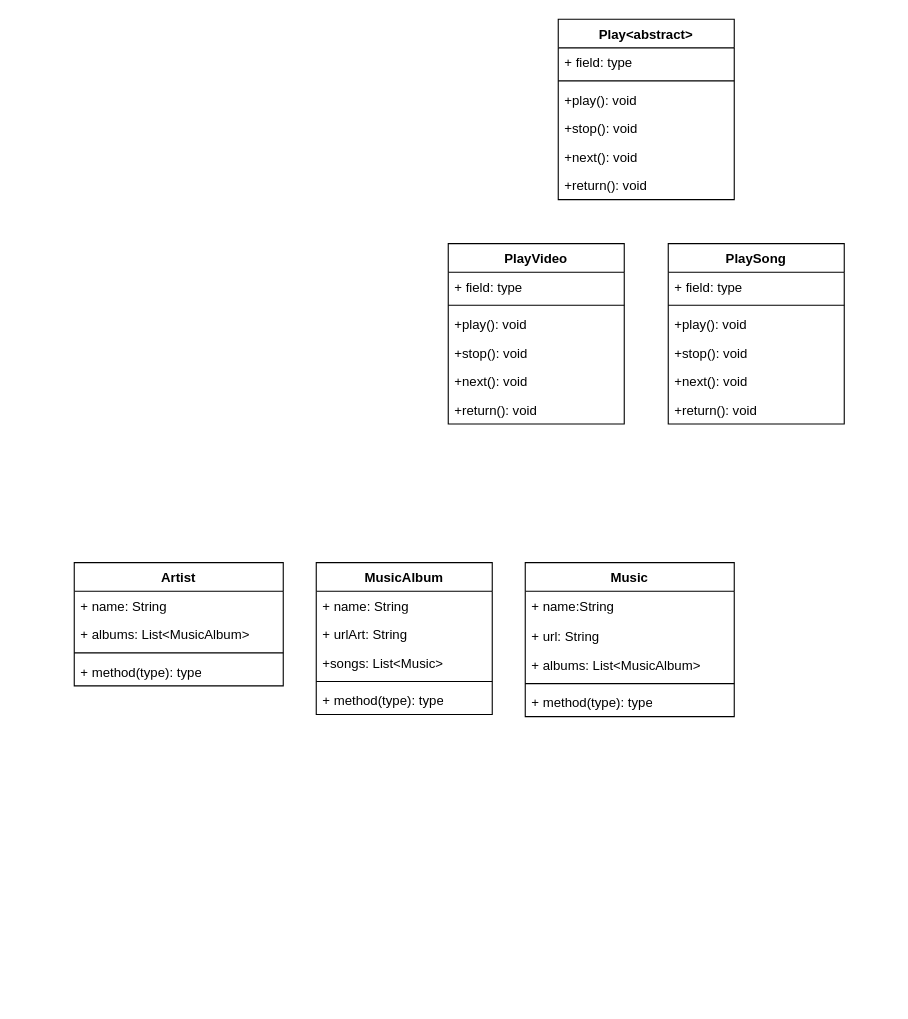
This is Diagrama sem nome.drawio from Rlam-git/dio-java-trilha-basica-diagrama-iphone, a draw.io file, before an edit. Source tidied: cells renumbered, new cells numbered last; positions are measured from the earlier drawing's top-left corner, leaving out a move shared by most shapes. Both pictures are drawn from the tidied source at 110%, with x=0, y=0 at pixel (74, 19).
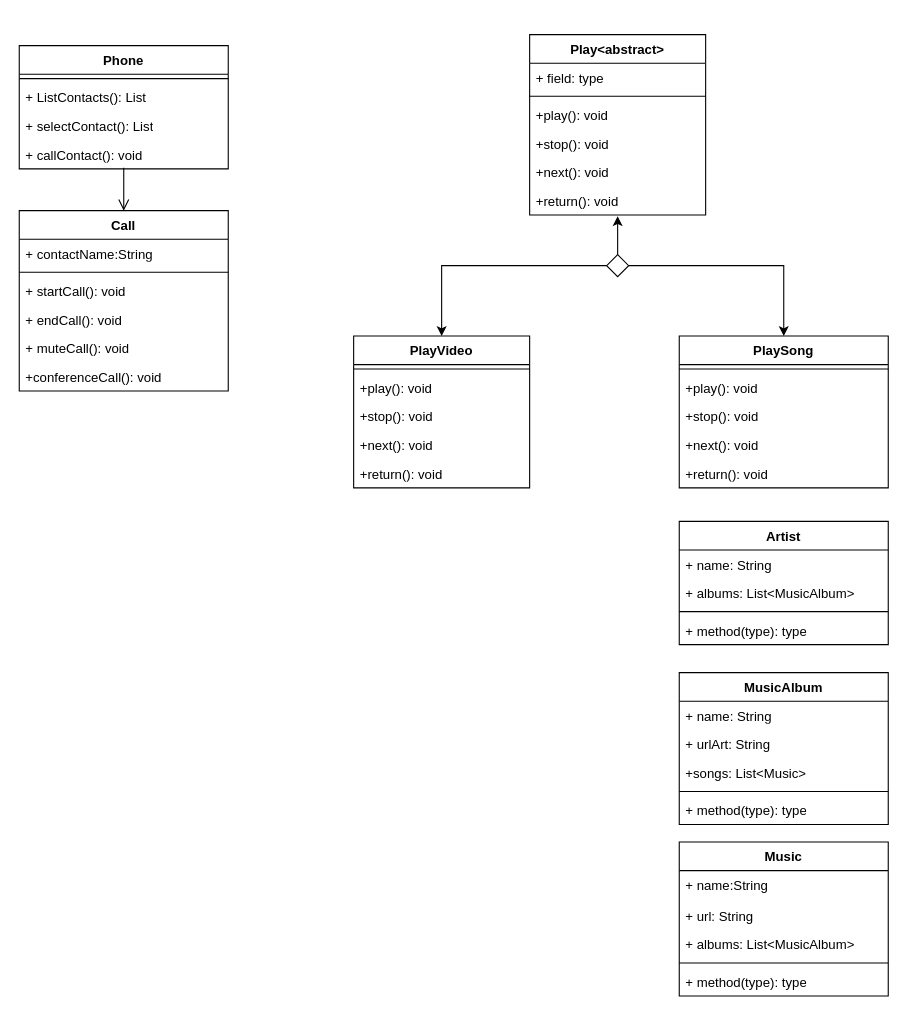
Above is the later version.

Commit message:
Actualizar Diagrama inserir funcionalidade de chamadas

Unchanged cells that the change refers to:
```xml
<mxCell id="20" value="+return(): void" style="text;strokeColor=none;fillColor=none;align=left;verticalAlign=top;spacingLeft=4;spacingRight=4;overflow=hidden;points=[[0,0.5],[1,0.5]];portConstraint=eastwest;whiteSpace=wrap;html=1;" parent="14" vertex="1">
  <mxGeometry y="138" width="160" height="26" as="geometry" />
</mxCell>
```

Change to the diagram source:
```diff
@@
     <mxCell id="2" value="MusicAlbum" style="swimlane;fontStyle=1;align=center;verticalAlign=top;horizontal=1;startSize=26;whiteSpace=wrap;html=1;" parent="1" vertex="1">
-      <mxGeometry x="220" y="494" width="160" height="138" as="geometry" />
+      <mxGeometry x="550" y="594" width="190" height="138" as="geometry" />
     </mxCell>
     <mxCell id="3" value="+ name: String&lt;br&gt;" style="text;strokeColor=none;fillColor=none;align=left;verticalAlign=top;spacingLeft=4;spacingRight=4;overflow=hidden;whiteSpace=wrap;html=1;" parent="2" vertex="1">
-      <mxGeometry y="26" width="160" height="26" as="geometry" />
+      <mxGeometry y="26" width="190" height="26" as="geometry" />
     </mxCell>
     <mxCell id="4" value="+ urlArt: String" style="text;strokeColor=none;fillColor=none;align=left;verticalAlign=top;spacingLeft=4;spacingRight=4;overflow=hidden;whiteSpace=wrap;html=1;" parent="2" vertex="1">
-      <mxGeometry y="52" width="160" height="26" as="geometry" />
+      <mxGeometry y="52" width="190" height="26" as="geometry" />
     </mxCell>
     <mxCell id="5" value="+songs&lt;span style=&quot;background-color: initial;&quot;&gt;: List&amp;lt;Music&amp;gt;&lt;/span&gt;" style="text;strokeColor=none;fillColor=none;align=left;verticalAlign=top;spacingLeft=4;spacingRight=4;overflow=hidden;whiteSpace=wrap;html=1;" parent="2" vertex="1">
-      <mxGeometry y="78" width="160" height="26" as="geometry" />
+      <mxGeometry y="78" width="190" height="26" as="geometry" />
     </mxCell>
     <mxCell id="6" style="line;strokeWidth=1;fillColor=none;align=left;verticalAlign=middle;spacingTop=-1;spacingLeft=3;spacingRight=3;labelPosition=right;strokeColor=inherit;" parent="2" vertex="1">
-      <mxGeometry y="104" width="160" height="8" as="geometry" />
+      <mxGeometry y="104" width="190" height="8" as="geometry" />
     </mxCell>
     <mxCell id="7" value="+ method(type): type" style="text;strokeColor=none;fillColor=none;align=left;verticalAlign=top;spacingLeft=4;spacingRight=4;overflow=hidden;whiteSpace=wrap;html=1;" parent="2" vertex="1">
-      <mxGeometry y="112" width="160" height="26" as="geometry" />
+      <mxGeometry y="112" width="190" height="26" as="geometry" />
     </mxCell>
     <mxCell id="8" value="Music" style="swimlane;fontStyle=1;align=center;verticalAlign=top;horizontal=1;startSize=26;whiteSpace=wrap;html=1;" parent="1" vertex="1">
-      <mxGeometry x="410" y="494" width="190" height="140" as="geometry" />
+      <mxGeometry x="550" y="748" width="190" height="140" as="geometry" />
     </mxCell>
@@
     <mxCell id="14" value="Play&amp;lt;abstract&amp;gt;" style="swimlane;fontStyle=1;align=center;verticalAlign=top;horizontal=1;startSize=26;whiteSpace=wrap;html=1;" parent="1" vertex="1">
-      <mxGeometry x="440" width="160" height="164" as="geometry" />
+      <mxGeometry x="414" y="14" width="160" height="164" as="geometry" />
     </mxCell>
@@
     <mxCell id="21" value="PlayVideo" style="swimlane;fontStyle=1;align=center;verticalAlign=top;horizontal=1;startSize=26;whiteSpace=wrap;html=1;" parent="1" vertex="1">
-      <mxGeometry x="340" y="204" width="160" height="164" as="geometry" />
+      <mxGeometry x="254" y="288" width="160" height="138" as="geometry" />
     </mxCell>
-    <mxCell id="22" value="+ field: type" style="text;strokeColor=none;fillColor=none;align=left;verticalAlign=top;spacingLeft=4;spacingRight=4;overflow=hidden;whiteSpace=wrap;html=1;" parent="21" vertex="1">
-      <mxGeometry y="26" width="160" height="26" as="geometry" />
-    </mxCell>
     <mxCell id="23" style="line;strokeWidth=1;fillColor=none;align=left;verticalAlign=middle;spacingTop=-1;spacingLeft=3;spacingRight=3;labelPosition=right;strokeColor=inherit;" parent="21" vertex="1">
-      <mxGeometry y="52" width="160" height="8" as="geometry" />
+      <mxGeometry y="26" width="160" height="8" as="geometry" />
     </mxCell>
     <mxCell id="24" value="+play(): void" style="text;strokeColor=none;fillColor=none;align=left;verticalAlign=top;spacingLeft=4;spacingRight=4;overflow=hidden;whiteSpace=wrap;html=1;" parent="21" vertex="1">
-      <mxGeometry y="60" width="160" height="26" as="geometry" />
+      <mxGeometry y="34" width="160" height="26" as="geometry" />
     </mxCell>
     <mxCell id="25" value="+stop(): void" style="text;strokeColor=none;fillColor=none;align=left;verticalAlign=top;spacingLeft=4;spacingRight=4;overflow=hidden;whiteSpace=wrap;html=1;" parent="21" vertex="1">
-      <mxGeometry y="86" width="160" height="26" as="geometry" />
+      <mxGeometry y="60" width="160" height="26" as="geometry" />
     </mxCell>
     <mxCell id="26" value="+next(): void" style="text;strokeColor=none;fillColor=none;align=left;verticalAlign=top;spacingLeft=4;spacingRight=4;overflow=hidden;whiteSpace=wrap;html=1;" parent="21" vertex="1">
-      <mxGeometry y="112" width="160" height="26" as="geometry" />
+      <mxGeometry y="86" width="160" height="26" as="geometry" />
     </mxCell>
     <mxCell id="27" value="+return(): void" style="text;strokeColor=none;fillColor=none;align=left;verticalAlign=top;spacingLeft=4;spacingRight=4;overflow=hidden;whiteSpace=wrap;html=1;" parent="21" vertex="1">
-      <mxGeometry y="138" width="160" height="26" as="geometry" />
+      <mxGeometry y="112" width="160" height="26" as="geometry" />
     </mxCell>
     <mxCell id="28" value="PlaySong&lt;br&gt;" style="swimlane;fontStyle=1;align=center;verticalAlign=top;horizontal=1;startSize=26;whiteSpace=wrap;html=1;" parent="1" vertex="1">
-      <mxGeometry x="540" y="204" width="160" height="164" as="geometry" />
+      <mxGeometry x="550" y="288" width="190" height="138" as="geometry" />
     </mxCell>
-    <mxCell id="29" value="+ field: type" style="text;strokeColor=none;fillColor=none;align=left;verticalAlign=top;spacingLeft=4;spacingRight=4;overflow=hidden;whiteSpace=wrap;html=1;" parent="28" vertex="1">
-      <mxGeometry y="26" width="160" height="26" as="geometry" />
-    </mxCell>
     <mxCell id="30" style="line;strokeWidth=1;fillColor=none;align=left;verticalAlign=middle;spacingTop=-1;spacingLeft=3;spacingRight=3;labelPosition=right;strokeColor=inherit;" parent="28" vertex="1">
-      <mxGeometry y="52" width="160" height="8" as="geometry" />
+      <mxGeometry y="26" width="190" height="8" as="geometry" />
     </mxCell>
     <mxCell id="31" value="+play(): void" style="text;strokeColor=none;fillColor=none;align=left;verticalAlign=top;spacingLeft=4;spacingRight=4;overflow=hidden;whiteSpace=wrap;html=1;" parent="28" vertex="1">
-      <mxGeometry y="60" width="160" height="26" as="geometry" />
+      <mxGeometry y="34" width="190" height="26" as="geometry" />
     </mxCell>
     <mxCell id="32" value="+stop(): void" style="text;strokeColor=none;fillColor=none;align=left;verticalAlign=top;spacingLeft=4;spacingRight=4;overflow=hidden;whiteSpace=wrap;html=1;" parent="28" vertex="1">
-      <mxGeometry y="86" width="160" height="26" as="geometry" />
+      <mxGeometry y="60" width="190" height="26" as="geometry" />
     </mxCell>
     <mxCell id="33" value="+next(): void" style="text;strokeColor=none;fillColor=none;align=left;verticalAlign=top;spacingLeft=4;spacingRight=4;overflow=hidden;whiteSpace=wrap;html=1;" parent="28" vertex="1">
-      <mxGeometry y="112" width="160" height="26" as="geometry" />
+      <mxGeometry y="86" width="190" height="26" as="geometry" />
     </mxCell>
     <mxCell id="34" value="+return(): void" style="text;strokeColor=none;fillColor=none;align=left;verticalAlign=top;spacingLeft=4;spacingRight=4;overflow=hidden;whiteSpace=wrap;html=1;" parent="28" vertex="1">
-      <mxGeometry y="138" width="160" height="26" as="geometry" />
+      <mxGeometry y="112" width="190" height="26" as="geometry" />
     </mxCell>
     <mxCell id="35" value="Artist&lt;br&gt;" style="swimlane;fontStyle=1;align=center;verticalAlign=top;horizontal=1;startSize=26;whiteSpace=wrap;html=1;" parent="1" vertex="1">
-      <mxGeometry y="494" width="190" height="112" as="geometry" />
+      <mxGeometry x="550" y="456.5" width="190" height="112" as="geometry" />
     </mxCell>
@@
+    <mxCell id="40" style="edgeStyle=orthogonalEdgeStyle;rounded=0;jettySize=auto;html=1;exitX=1;exitY=0.5;exitDx=0;exitDy=0;entryX=0.5;entryY=0;entryDx=0;entryDy=0;" parent="1" edge="1" source="43" target="28">
+      <mxGeometry relative="1" as="geometry" />
+    </mxCell>
+    <mxCell id="41" style="edgeStyle=orthogonalEdgeStyle;rounded=0;jettySize=auto;html=1;exitX=0;exitY=0.5;exitDx=0;exitDy=0;entryX=0.5;entryY=0;entryDx=0;entryDy=0;" parent="1" edge="1" source="43" target="21">
+      <mxGeometry relative="1" as="geometry" />
+    </mxCell>
+    <mxCell id="42" style="edgeStyle=orthogonalEdgeStyle;rounded=0;jettySize=auto;html=1;exitX=0.5;exitY=0;exitDx=0;exitDy=0;entryX=0.5;entryY=1.038;entryDx=0;entryDy=0;entryPerimeter=0;" parent="1" edge="1" source="43" target="20">
+      <mxGeometry relative="1" as="geometry" />
+    </mxCell>
+    <mxCell id="43" style="rhombus;" parent="1" vertex="1">
+      <mxGeometry x="484" y="214" width="20" height="20" as="geometry" />
+    </mxCell>
+    <mxCell id="44" value="Phone" style="swimlane;fontStyle=1;align=center;verticalAlign=top;horizontal=1;startSize=26;whiteSpace=wrap;html=1;" parent="1" vertex="1">
+      <mxGeometry x="-50" y="24" width="190" height="112" as="geometry" />
+    </mxCell>
+    <mxCell id="45" style="line;strokeWidth=1;fillColor=none;align=left;verticalAlign=middle;spacingTop=-1;spacingLeft=3;spacingRight=3;labelPosition=right;strokeColor=inherit;" parent="44" vertex="1">
+      <mxGeometry y="26" width="190" height="8" as="geometry" />
+    </mxCell>
+    <mxCell id="46" value="+ ListContacts(): List" style="text;strokeColor=none;fillColor=none;align=left;verticalAlign=top;spacingLeft=4;spacingRight=4;overflow=hidden;whiteSpace=wrap;html=1;" parent="44" vertex="1">
+      <mxGeometry y="34" width="190" height="26" as="geometry" />
+    </mxCell>
+    <mxCell id="47" value="+ selectContact(): List" style="text;strokeColor=none;fillColor=none;align=left;verticalAlign=top;spacingLeft=4;spacingRight=4;overflow=hidden;whiteSpace=wrap;html=1;" parent="44" vertex="1">
+      <mxGeometry y="60" width="190" height="26" as="geometry" />
+    </mxCell>
+    <mxCell id="48" value="+ callContact(): void" style="text;strokeColor=none;fillColor=none;align=left;verticalAlign=top;spacingLeft=4;spacingRight=4;overflow=hidden;points=[[0,0.5],[1,0.5]];portConstraint=eastwest;whiteSpace=wrap;html=1;" parent="44" vertex="1">
+      <mxGeometry y="86" width="190" height="26" as="geometry" />
+    </mxCell>
+    <mxCell id="49" value="Call" style="swimlane;fontStyle=1;align=center;verticalAlign=top;horizontal=1;startSize=26;whiteSpace=wrap;html=1;" parent="1" vertex="1">
+      <mxGeometry x="-50" y="174" width="190" height="164" as="geometry" />
+    </mxCell>
+    <mxCell id="50" value="+ contactName:String&amp;nbsp;" style="text;strokeColor=none;fillColor=none;align=left;verticalAlign=top;spacingLeft=4;spacingRight=4;overflow=hidden;whiteSpace=wrap;html=1;" parent="49" vertex="1">
+      <mxGeometry y="26" width="190" height="26" as="geometry" />
+    </mxCell>
+    <mxCell id="51" style="line;strokeWidth=1;fillColor=none;align=left;verticalAlign=middle;spacingTop=-1;spacingLeft=3;spacingRight=3;labelPosition=right;strokeColor=inherit;" parent="49" vertex="1">
+      <mxGeometry y="52" width="190" height="8" as="geometry" />
+    </mxCell>
+    <mxCell id="52" value="+ startCall(): void" style="text;strokeColor=none;fillColor=none;align=left;verticalAlign=top;spacingLeft=4;spacingRight=4;overflow=hidden;whiteSpace=wrap;html=1;" parent="49" vertex="1">
+      <mxGeometry y="60" width="190" height="26" as="geometry" />
+    </mxCell>
+    <mxCell id="53" value="+ endCall(): void" style="text;strokeColor=none;fillColor=none;align=left;verticalAlign=top;spacingLeft=4;spacingRight=4;overflow=hidden;whiteSpace=wrap;html=1;" parent="49" vertex="1">
+      <mxGeometry y="86" width="190" height="26" as="geometry" />
+    </mxCell>
+    <mxCell id="54" value="+ muteCall(): void" style="text;strokeColor=none;fillColor=none;align=left;verticalAlign=top;spacingLeft=4;spacingRight=4;overflow=hidden;whiteSpace=wrap;html=1;" parent="49" vertex="1">
+      <mxGeometry y="112" width="190" height="26" as="geometry" />
+    </mxCell>
+    <mxCell id="55" value="+conference&lt;span style=&quot;background-color: initial;&quot;&gt;Call(): void&lt;/span&gt;" style="text;strokeColor=none;fillColor=none;align=left;verticalAlign=top;spacingLeft=4;spacingRight=4;overflow=hidden;whiteSpace=wrap;html=1;" parent="49" vertex="1">
+      <mxGeometry y="138" width="190" height="26" as="geometry" />
+    </mxCell>
+    <mxCell id="56" style="endArrow=open;startArrow=none;endFill=0;startFill=0;endSize=8;html=1;verticalAlign=bottom;labelBackgroundColor=none;strokeWidth=1;rounded=0;exitX=0.5;exitY=0.962;exitDx=0;exitDy=0;exitPerimeter=0;entryX=0.5;entryY=0;entryDx=0;entryDy=0;" parent="1" edge="1" source="48" target="49">
+      <mxGeometry relative="1" as="geometry" />
+    </mxCell>
```
